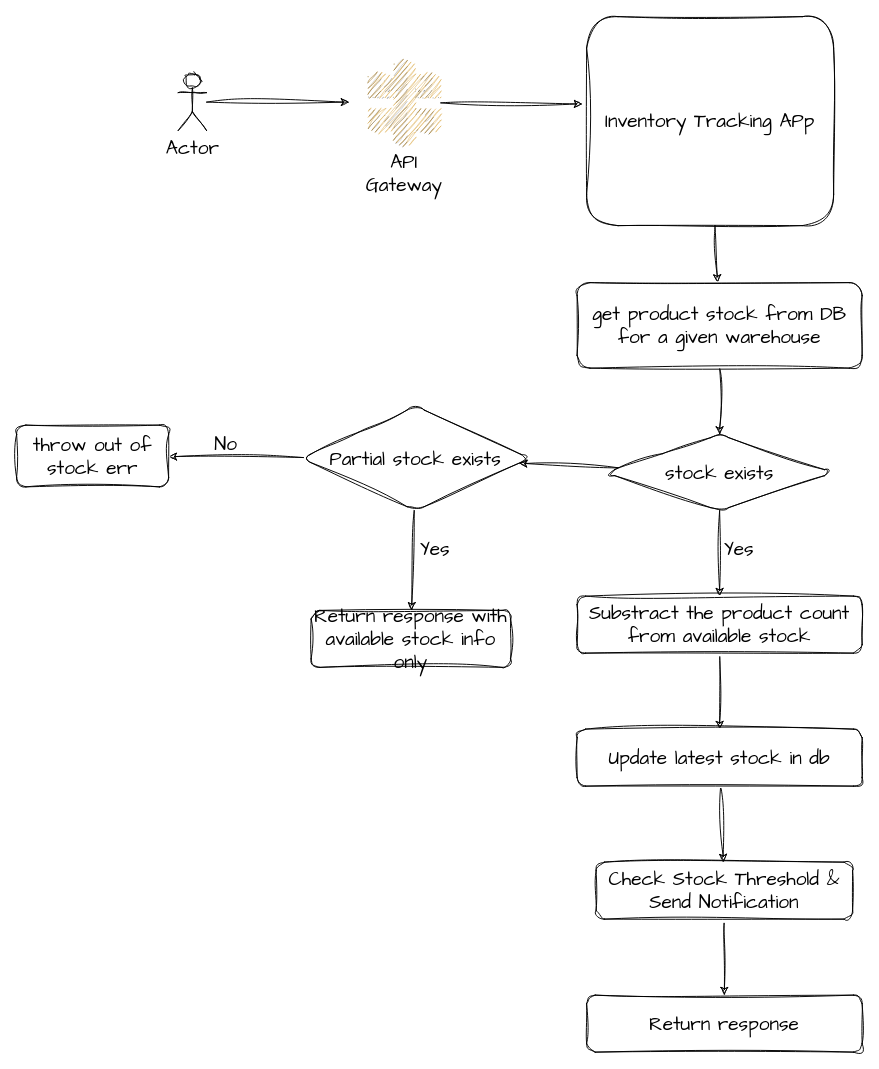
Before: assets/general_flow.drawio in harsh-sri/inventory-tracking-app, a draw.io diagram. Source tidied: cells renumbered, new cells numbered last; positions are measured from the earlier drawing's top-left corner, leaving out a move shared by most shapes. Both pictures are drawn from the tidied source at 95%, with x=0, y=0 at pixel (16, 16).
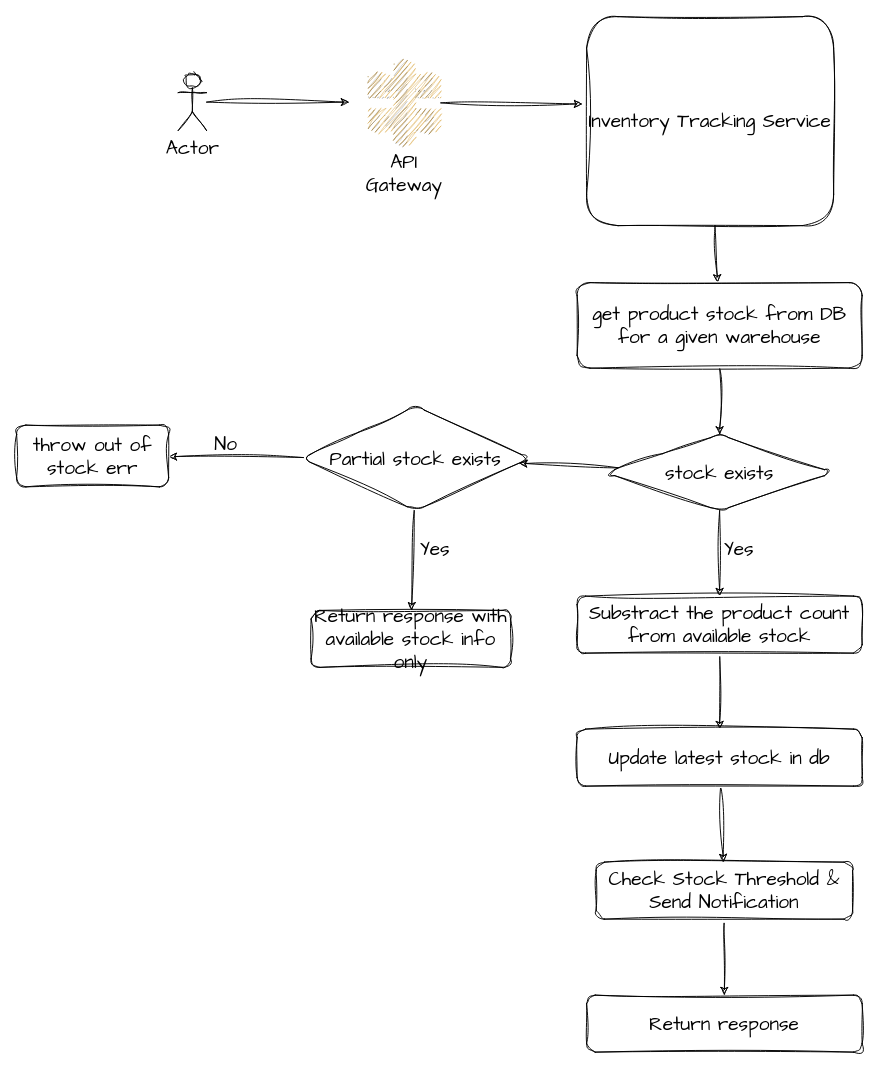
After the change.

What changed in the source:
```diff
@@
-    <mxCell id="8" value="Inventory Tracking APp" style="rounded=1;whiteSpace=wrap;html=1;sketch=1;hachureGap=4;jiggle=2;curveFitting=1;fontFamily=Architects Daughter;fontSize=20;" parent="1" vertex="1">
+    <mxCell id="8" value="Inventory Tracking Service" style="rounded=1;whiteSpace=wrap;html=1;sketch=1;hachureGap=4;jiggle=2;curveFitting=1;fontFamily=Architects Daughter;fontSize=20;" parent="1" vertex="1">
       <mxGeometry x="600" width="260" height="220" as="geometry" />
     </mxCell>
```
